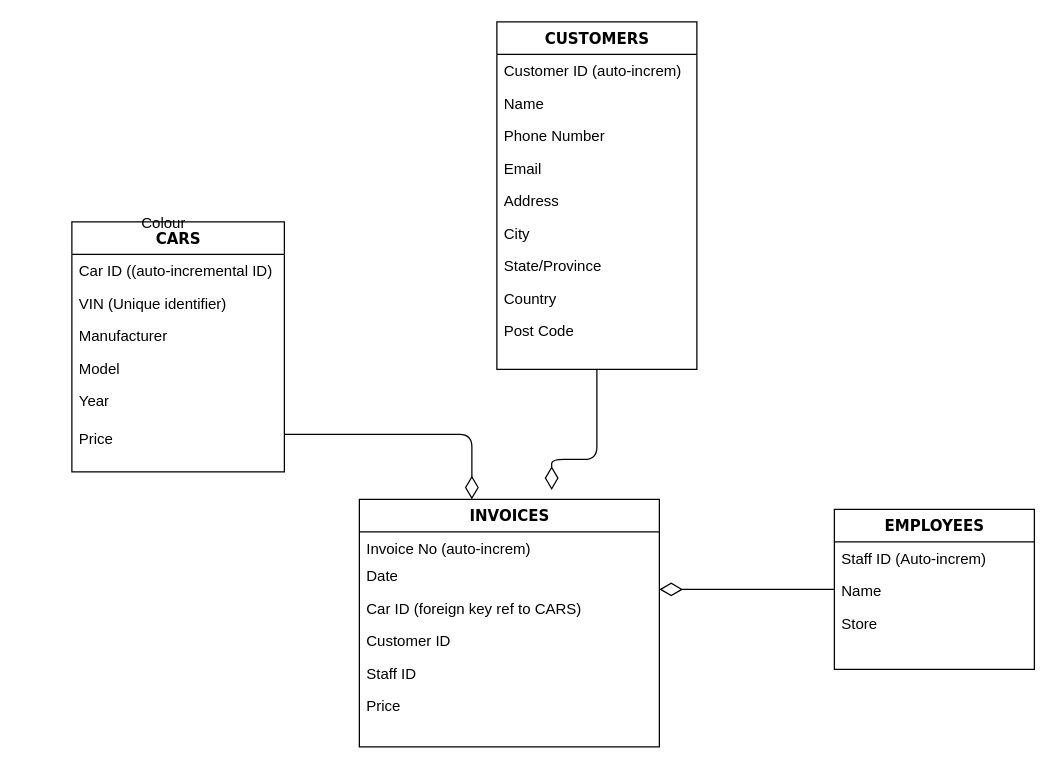
Above: Untitled Diagram.drawio in ironhack-labs/lab-intro-to-mysql-en (draw.io), before the change. Source tidied: cells renumbered, new cells numbered last; positions are measured from the earlier drawing's top-left corner, leaving out a move shared by most shapes. Both pictures are drawn from the tidied source at 125%, with x=0, y=0 at pixel (71, 21).
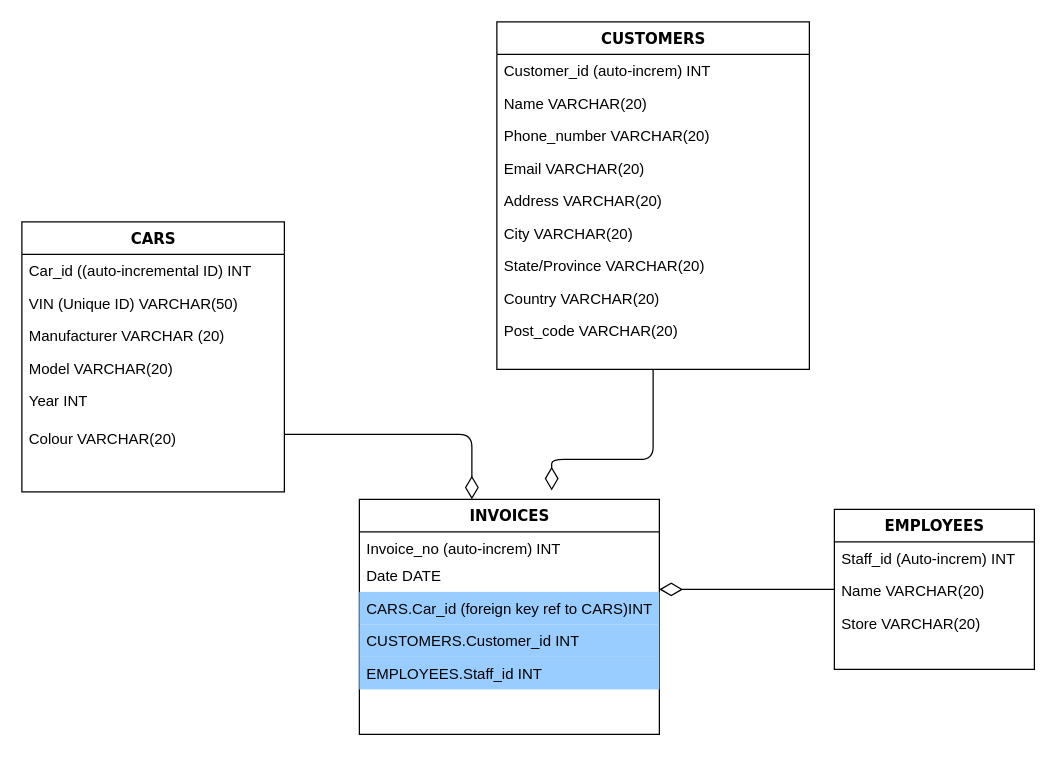
The same diagram, later.

Commit message:
CAR DEALERSHIP

Unchanged cells that the change refers to:
```xml
<mxCell id="28" value="EMPLOYEES" style="swimlane;html=1;fontStyle=1;align=center;verticalAlign=top;horizontal=1;startSize=26;swimlaneFillColor=#ffffff;rounded=0;shadow=0;comic=0;labelBackgroundColor=none;strokeWidth=1;fillColor=none;fontFamily=Verdana;fontSize=12;" parent="1" vertex="1">
  <mxGeometry x="610" y="390" width="160" height="128" as="geometry" />
</mxCell>
```

The edit, as a diff of the source:
```diff
@@
     <mxCell id="3" value="CARS" style="swimlane;html=1;fontStyle=1;align=center;verticalAlign=top;horizontal=1;startSize=26;swimlaneFillColor=#ffffff;rounded=0;shadow=0;comic=0;labelBackgroundColor=none;strokeWidth=1;fillColor=none;fontFamily=Verdana;fontSize=12;" parent="1" vertex="1">
-      <mxGeometry y="160" width="170" height="200" as="geometry" />
+      <mxGeometry x="-40" y="160" width="210" height="216" as="geometry" />
     </mxCell>
-    <mxCell id="4" value="Car ID ((auto-incremental ID)" style="text;html=1;strokeColor=none;fillColor=none;align=left;verticalAlign=top;spacingLeft=4;spacingRight=4;whiteSpace=wrap;overflow=hidden;" parent="3" vertex="1">
-      <mxGeometry y="26" width="170" height="26" as="geometry" />
+    <mxCell id="4" value="Car_id ((auto-incremental ID) INT" style="text;html=1;strokeColor=none;fillColor=none;align=left;verticalAlign=top;spacingLeft=4;spacingRight=4;whiteSpace=wrap;overflow=hidden;" parent="3" vertex="1">
+      <mxGeometry y="26" width="210" height="26" as="geometry" />
     </mxCell>
-    <mxCell id="5" value="VIN (Unique identifier)" style="text;html=1;strokeColor=none;fillColor=none;align=left;verticalAlign=top;spacingLeft=4;spacingRight=4;whiteSpace=wrap;overflow=hidden;" parent="3" vertex="1">
-      <mxGeometry y="52" width="170" height="26" as="geometry" />
+    <mxCell id="5" value="VIN (Unique ID) VARCHAR(50)" style="text;html=1;strokeColor=none;fillColor=none;align=left;verticalAlign=top;spacingLeft=4;spacingRight=4;whiteSpace=wrap;overflow=hidden;" parent="3" vertex="1">
+      <mxGeometry y="52" width="210" height="26" as="geometry" />
     </mxCell>
-    <mxCell id="6" value="Manufacturer" style="text;html=1;strokeColor=none;fillColor=none;align=left;verticalAlign=top;spacingLeft=4;spacingRight=4;whiteSpace=wrap;overflow=hidden;" parent="3" vertex="1">
-      <mxGeometry y="78" width="170" height="26" as="geometry" />
+    <mxCell id="6" value="Manufacturer VARCHAR (20)" style="text;html=1;strokeColor=none;fillColor=none;align=left;verticalAlign=top;spacingLeft=4;spacingRight=4;whiteSpace=wrap;overflow=hidden;" parent="3" vertex="1">
+      <mxGeometry y="78" width="210" height="26" as="geometry" />
     </mxCell>
-    <mxCell id="7" value="Model" style="text;html=1;strokeColor=none;fillColor=none;align=left;verticalAlign=top;spacingLeft=4;spacingRight=4;whiteSpace=wrap;overflow=hidden;" parent="3" vertex="1">
-      <mxGeometry y="104" width="170" height="26" as="geometry" />
+    <mxCell id="7" value="Model VARCHAR(20)" style="text;html=1;strokeColor=none;fillColor=none;align=left;verticalAlign=top;spacingLeft=4;spacingRight=4;whiteSpace=wrap;overflow=hidden;" parent="3" vertex="1">
+      <mxGeometry y="104" width="210" height="26" as="geometry" />
     </mxCell>
-    <mxCell id="8" value="Year" style="text;html=1;strokeColor=none;fillColor=none;align=left;verticalAlign=top;spacingLeft=4;spacingRight=4;whiteSpace=wrap;overflow=hidden;" parent="3" vertex="1">
-      <mxGeometry y="130" width="170" height="30" as="geometry" />
+    <mxCell id="8" value="Year INT" style="text;html=1;strokeColor=none;fillColor=none;align=left;verticalAlign=top;spacingLeft=4;spacingRight=4;whiteSpace=wrap;overflow=hidden;" parent="3" vertex="1">
+      <mxGeometry y="130" width="210" height="30" as="geometry" />
     </mxCell>
-    <mxCell id="9" value="Price" style="text;html=1;strokeColor=none;fillColor=none;align=left;verticalAlign=top;spacingLeft=4;spacingRight=4;whiteSpace=wrap;overflow=hidden;" parent="3" vertex="1">
-      <mxGeometry y="160" width="170" height="30" as="geometry" />
-    </mxCell>
+    <mxCell id="32" value="Colour VARCHAR(20)" style="text;html=1;strokeColor=none;fillColor=none;align=left;verticalAlign=top;spacingLeft=4;spacingRight=4;whiteSpace=wrap;overflow=hidden;glass=1;" parent="3" vertex="1">
+      <mxGeometry y="160" width="210" height="26" as="geometry" />
+    </mxCell>
     <mxCell id="10" value="CUSTOMERS" style="swimlane;html=1;fontStyle=1;align=center;verticalAlign=top;horizontal=1;startSize=26;swimlaneFillColor=#ffffff;rounded=0;shadow=0;comic=0;labelBackgroundColor=none;strokeWidth=1;fillColor=none;fontFamily=Verdana;fontSize=12;" parent="1" vertex="1">
-      <mxGeometry x="340" width="160" height="278" as="geometry" />
+      <mxGeometry x="340" width="250" height="278" as="geometry" />
     </mxCell>
-    <mxCell id="11" value="Customer ID (auto-increm)&lt;div&gt;&lt;br&gt;&lt;/div&gt;" style="text;html=1;strokeColor=none;fillColor=none;align=left;verticalAlign=top;spacingLeft=4;spacingRight=4;whiteSpace=wrap;overflow=hidden;" parent="10" vertex="1">
-      <mxGeometry y="26" width="160" height="26" as="geometry" />
+    <mxCell id="11" value="Customer_id (auto-increm) INT" style="text;html=1;strokeColor=none;fillColor=none;align=left;verticalAlign=top;spacingLeft=4;spacingRight=4;whiteSpace=wrap;overflow=hidden;" parent="10" vertex="1">
+      <mxGeometry y="26" width="250" height="26" as="geometry" />
     </mxCell>
-    <mxCell id="12" value="Name" style="text;html=1;strokeColor=none;fillColor=none;align=left;verticalAlign=top;spacingLeft=4;spacingRight=4;whiteSpace=wrap;overflow=hidden;" parent="10" vertex="1">
-      <mxGeometry y="52" width="160" height="26" as="geometry" />
+    <mxCell id="12" value="Name VARCHAR(20)" style="text;html=1;strokeColor=none;fillColor=none;align=left;verticalAlign=top;spacingLeft=4;spacingRight=4;whiteSpace=wrap;overflow=hidden;" parent="10" vertex="1">
+      <mxGeometry y="52" width="250" height="26" as="geometry" />
     </mxCell>
-    <mxCell id="13" value="Phone Number" style="text;html=1;strokeColor=none;fillColor=none;align=left;verticalAlign=top;spacingLeft=4;spacingRight=4;whiteSpace=wrap;overflow=hidden;" parent="10" vertex="1">
-      <mxGeometry y="78" width="160" height="26" as="geometry" />
+    <mxCell id="13" value="Phone_number VARCHAR(20)" style="text;html=1;strokeColor=none;fillColor=none;align=left;verticalAlign=top;spacingLeft=4;spacingRight=4;whiteSpace=wrap;overflow=hidden;" parent="10" vertex="1">
+      <mxGeometry y="78" width="250" height="26" as="geometry" />
     </mxCell>
-    <mxCell id="14" value="Email" style="text;html=1;strokeColor=none;fillColor=none;align=left;verticalAlign=top;spacingLeft=4;spacingRight=4;whiteSpace=wrap;overflow=hidden;" parent="10" vertex="1">
-      <mxGeometry y="104" width="160" height="26" as="geometry" />
+    <mxCell id="14" value="Email VARCHAR(20)" style="text;html=1;strokeColor=none;fillColor=none;align=left;verticalAlign=top;spacingLeft=4;spacingRight=4;whiteSpace=wrap;overflow=hidden;" parent="10" vertex="1">
+      <mxGeometry y="104" width="250" height="26" as="geometry" />
     </mxCell>
-    <mxCell id="15" value="Address" style="text;html=1;strokeColor=none;fillColor=none;align=left;verticalAlign=top;spacingLeft=4;spacingRight=4;whiteSpace=wrap;overflow=hidden;" parent="10" vertex="1">
-      <mxGeometry y="130" width="160" height="26" as="geometry" />
+    <mxCell id="15" value="Address&amp;nbsp;VARCHAR(20)" style="text;html=1;strokeColor=none;fillColor=none;align=left;verticalAlign=top;spacingLeft=4;spacingRight=4;whiteSpace=wrap;overflow=hidden;" parent="10" vertex="1">
+      <mxGeometry y="130" width="250" height="26" as="geometry" />
     </mxCell>
-    <mxCell id="16" value="City" style="text;html=1;strokeColor=none;fillColor=none;align=left;verticalAlign=top;spacingLeft=4;spacingRight=4;whiteSpace=wrap;overflow=hidden;" parent="10" vertex="1">
-      <mxGeometry y="156" width="160" height="26" as="geometry" />
+    <mxCell id="16" value="City VARCHAR(20)" style="text;html=1;strokeColor=none;fillColor=none;align=left;verticalAlign=top;spacingLeft=4;spacingRight=4;whiteSpace=wrap;overflow=hidden;" parent="10" vertex="1">
+      <mxGeometry y="156" width="250" height="26" as="geometry" />
     </mxCell>
-    <mxCell id="17" value="State/Province" style="text;html=1;strokeColor=none;fillColor=none;align=left;verticalAlign=top;spacingLeft=4;spacingRight=4;whiteSpace=wrap;overflow=hidden;" parent="10" vertex="1">
-      <mxGeometry y="182" width="160" height="26" as="geometry" />
+    <mxCell id="17" value="State/Province VARCHAR(20)" style="text;html=1;strokeColor=none;fillColor=none;align=left;verticalAlign=top;spacingLeft=4;spacingRight=4;whiteSpace=wrap;overflow=hidden;" parent="10" vertex="1">
+      <mxGeometry y="182" width="250" height="26" as="geometry" />
     </mxCell>
-    <mxCell id="18" value="Country" style="text;html=1;strokeColor=none;fillColor=none;align=left;verticalAlign=top;spacingLeft=4;spacingRight=4;whiteSpace=wrap;overflow=hidden;" parent="10" vertex="1">
-      <mxGeometry y="208" width="160" height="26" as="geometry" />
+    <mxCell id="18" value="Country VARCHAR(20)" style="text;html=1;strokeColor=none;fillColor=none;align=left;verticalAlign=top;spacingLeft=4;spacingRight=4;whiteSpace=wrap;overflow=hidden;" parent="10" vertex="1">
+      <mxGeometry y="208" width="250" height="26" as="geometry" />
     </mxCell>
-    <mxCell id="19" value="Post Code" style="text;html=1;strokeColor=none;fillColor=none;align=left;verticalAlign=top;spacingLeft=4;spacingRight=4;whiteSpace=wrap;overflow=hidden;" parent="10" vertex="1">
-      <mxGeometry y="234" width="160" height="26" as="geometry" />
+    <mxCell id="19" value="Post_code VARCHAR(20)" style="text;html=1;strokeColor=none;fillColor=none;align=left;verticalAlign=top;spacingLeft=4;spacingRight=4;whiteSpace=wrap;overflow=hidden;" parent="10" vertex="1">
+      <mxGeometry y="234" width="250" height="26" as="geometry" />
     </mxCell>
@@
     <mxCell id="21" value="INVOICES" style="swimlane;html=1;fontStyle=1;align=center;verticalAlign=top;horizontal=1;startSize=26;swimlaneFillColor=#ffffff;rounded=0;shadow=0;comic=0;labelBackgroundColor=none;strokeWidth=1;fillColor=none;fontFamily=Verdana;fontSize=12;" parent="1" vertex="1">
-      <mxGeometry x="230" y="382" width="240" height="198" as="geometry" />
+      <mxGeometry x="230" y="382" width="240" height="188" as="geometry" />
     </mxCell>
-    <mxCell id="22" value="Invoice No (auto-increm)" style="text;html=1;strokeColor=none;fillColor=none;align=left;verticalAlign=top;spacingLeft=4;spacingRight=4;whiteSpace=wrap;overflow=hidden;" parent="21" vertex="1">
+    <mxCell id="22" value="Invoice_no (auto-increm) INT" style="text;html=1;strokeColor=none;fillColor=none;align=left;verticalAlign=top;spacingLeft=4;spacingRight=4;whiteSpace=wrap;overflow=hidden;" parent="21" vertex="1">
       <mxGeometry y="26" width="240" height="22" as="geometry" />
     </mxCell>
-    <mxCell id="23" value="Date" style="text;html=1;strokeColor=none;fillColor=none;align=left;verticalAlign=top;spacingLeft=4;spacingRight=4;whiteSpace=wrap;overflow=hidden;" parent="21" vertex="1">
+    <mxCell id="23" value="Date DATE" style="text;html=1;strokeColor=none;fillColor=none;align=left;verticalAlign=top;spacingLeft=4;spacingRight=4;whiteSpace=wrap;overflow=hidden;" parent="21" vertex="1">
       <mxGeometry y="48" width="240" height="26" as="geometry" />
     </mxCell>
-    <mxCell id="24" value="Car ID (foreign key ref to CARS)" style="text;html=1;strokeColor=none;fillColor=none;align=left;verticalAlign=top;spacingLeft=4;spacingRight=4;whiteSpace=wrap;overflow=hidden;" parent="21" vertex="1">
+    <mxCell id="24" value="CARS.Car_id (foreign key ref to CARS)INT" style="text;html=1;strokeColor=none;fillColor=#99CCFF;align=left;verticalAlign=top;spacingLeft=4;spacingRight=4;whiteSpace=wrap;overflow=hidden;" parent="21" vertex="1">
       <mxGeometry y="74" width="240" height="26" as="geometry" />
     </mxCell>
-    <mxCell id="25" value="Customer ID" style="text;html=1;strokeColor=none;fillColor=none;align=left;verticalAlign=top;spacingLeft=4;spacingRight=4;whiteSpace=wrap;overflow=hidden;" parent="21" vertex="1">
+    <mxCell id="25" value="CUSTOMERS.Customer_id INT" style="text;html=1;strokeColor=none;fillColor=#99CCFF;align=left;verticalAlign=top;spacingLeft=4;spacingRight=4;whiteSpace=wrap;overflow=hidden;" parent="21" vertex="1">
       <mxGeometry y="100" width="240" height="26" as="geometry" />
     </mxCell>
-    <mxCell id="26" value="Staff ID" style="text;html=1;strokeColor=none;fillColor=none;align=left;verticalAlign=top;spacingLeft=4;spacingRight=4;whiteSpace=wrap;overflow=hidden;" parent="21" vertex="1">
+    <mxCell id="26" value="EMPLOYEES.Staff_id INT" style="text;html=1;strokeColor=none;fillColor=#99CCFF;align=left;verticalAlign=top;spacingLeft=4;spacingRight=4;whiteSpace=wrap;overflow=hidden;" parent="21" vertex="1">
       <mxGeometry y="126" width="240" height="26" as="geometry" />
     </mxCell>
-    <mxCell id="27" value="Price" style="text;html=1;strokeColor=none;fillColor=none;align=left;verticalAlign=top;spacingLeft=4;spacingRight=4;whiteSpace=wrap;overflow=hidden;" parent="21" vertex="1">
-      <mxGeometry y="152" width="240" height="26" as="geometry" />
-    </mxCell>
@@
-    <mxCell id="29" value="Staff ID (Auto-increm)&lt;div&gt;&lt;br&gt;&lt;/div&gt;" style="text;html=1;strokeColor=none;fillColor=none;align=left;verticalAlign=top;spacingLeft=4;spacingRight=4;whiteSpace=wrap;overflow=hidden;" parent="28" vertex="1">
+    <mxCell id="29" value="Staff_id (Auto-increm) INT&lt;div&gt;&lt;br&gt;&lt;/div&gt;" style="text;html=1;strokeColor=none;fillColor=none;align=left;verticalAlign=top;spacingLeft=4;spacingRight=4;whiteSpace=wrap;overflow=hidden;" parent="28" vertex="1">
       <mxGeometry y="26" width="160" height="26" as="geometry" />
     </mxCell>
-    <mxCell id="30" value="Name" style="text;html=1;strokeColor=none;fillColor=none;align=left;verticalAlign=top;spacingLeft=4;spacingRight=4;whiteSpace=wrap;overflow=hidden;" parent="28" vertex="1">
+    <mxCell id="30" value="Name VARCHAR(20)" style="text;html=1;strokeColor=none;fillColor=none;align=left;verticalAlign=top;spacingLeft=4;spacingRight=4;whiteSpace=wrap;overflow=hidden;" parent="28" vertex="1">
       <mxGeometry y="52" width="160" height="26" as="geometry" />
     </mxCell>
-    <mxCell id="31" value="Store" style="text;html=1;strokeColor=none;fillColor=none;align=left;verticalAlign=top;spacingLeft=4;spacingRight=4;whiteSpace=wrap;overflow=hidden;" parent="28" vertex="1">
+    <mxCell id="31" value="Store VARCHAR(20)" style="text;html=1;strokeColor=none;fillColor=none;align=left;verticalAlign=top;spacingLeft=4;spacingRight=4;whiteSpace=wrap;overflow=hidden;" parent="28" vertex="1">
       <mxGeometry y="78" width="160" height="26" as="geometry" />
     </mxCell>
-    <mxCell id="32" value="Colour" style="text;html=1;strokeColor=none;fillColor=none;align=left;verticalAlign=top;spacingLeft=4;spacingRight=4;whiteSpace=wrap;overflow=hidden;glass=1;" parent="1" vertex="1">
-      <mxGeometry x="50" y="147" width="170" height="26" as="geometry" />
-    </mxCell>
```
